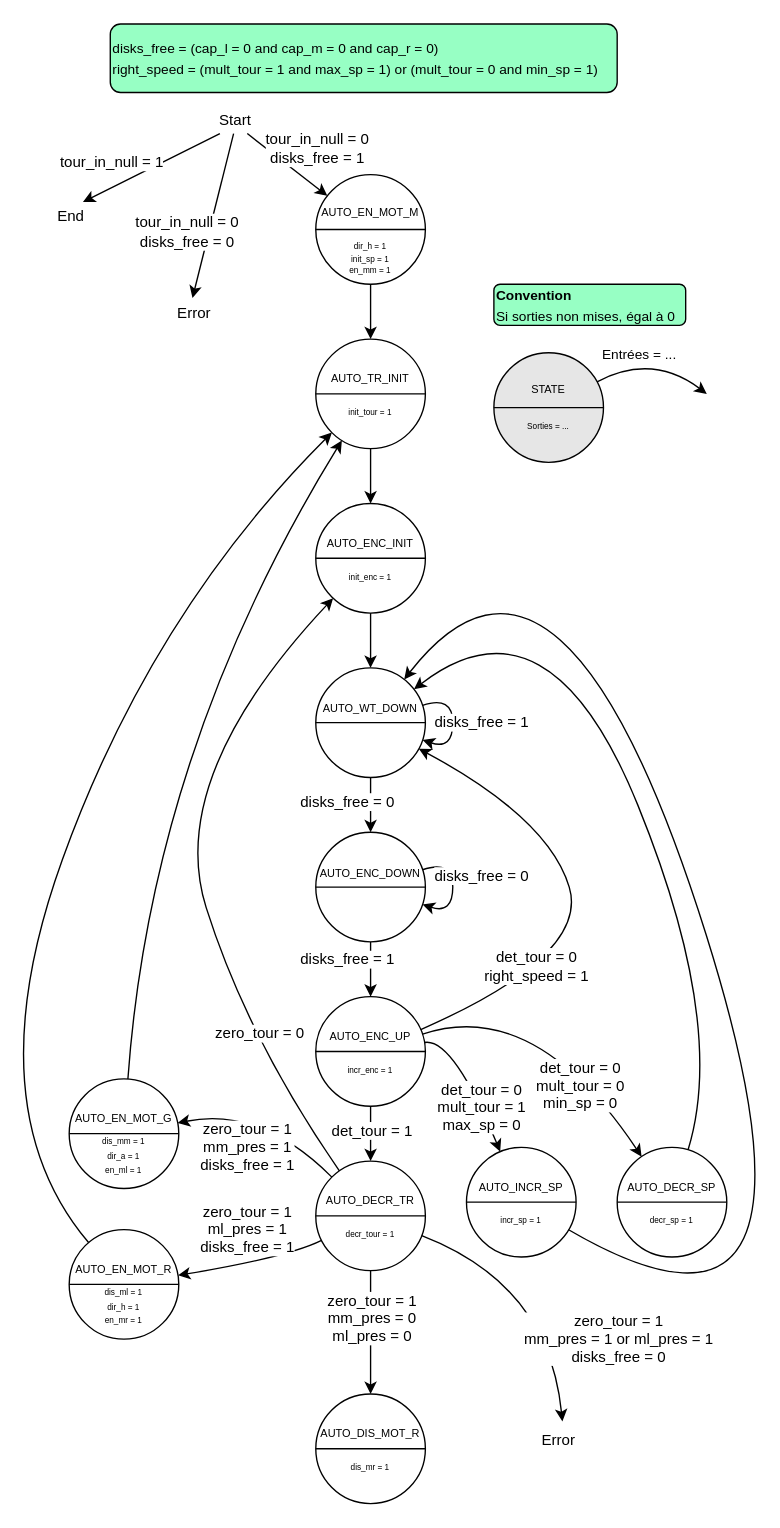
Earlier version of the draw.io diagram doc/diags/state_auto_sequence.drawio (Schokiiiiiiii/csn26). Source tidied: cells renumbered, new cells numbered last; positions are measured from the earlier drawing's top-left corner, leaving out a move shared by most shapes. Both pictures are drawn from the tidied source at 137%, with x=0, y=0 at pixel (-27, 23).
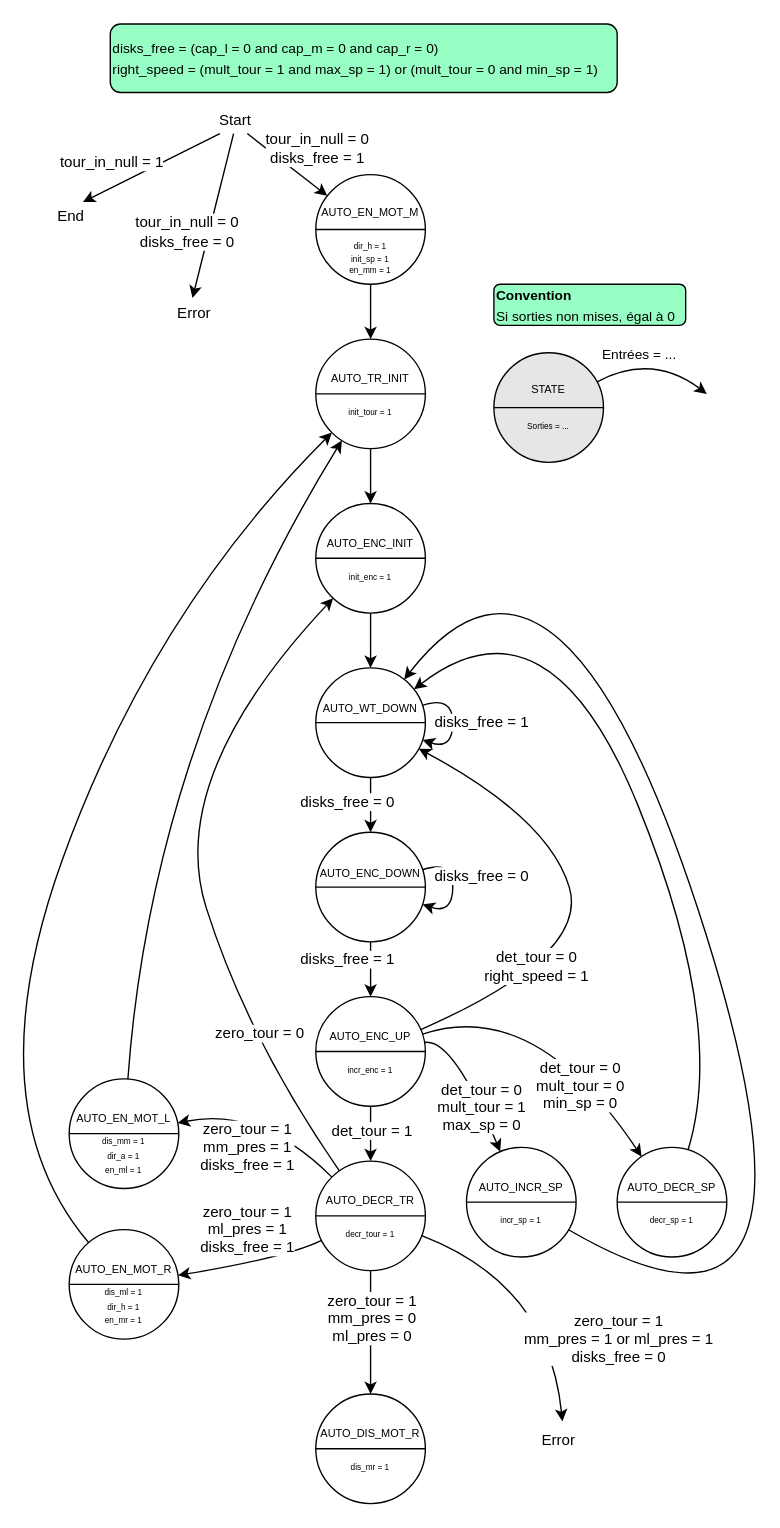
After the change.

Diff of the diagram source:
```diff
@@
-    <mxCell id="37" value="&lt;div style=&quot;line-height: 90%;&quot;&gt;&lt;br&gt;&lt;/div&gt;&lt;div style=&quot;line-height: 90%;&quot;&gt;&lt;span style=&quot;font-size: 8px; line-height: 250%;&quot;&gt;AUTO_EN_MOT_G&lt;/span&gt;&lt;/div&gt;&lt;div style=&quot;line-height: 70%;&quot;&gt;&lt;span style=&quot;font-size: 6px;&quot;&gt;dis_mm = 1&lt;/span&gt;&lt;/div&gt;&lt;div style=&quot;line-height: 70%;&quot;&gt;&lt;span style=&quot;font-size: 6px;&quot;&gt;dir_a = 1&lt;/span&gt;&lt;/div&gt;&lt;div style=&quot;line-height: 70%;&quot;&gt;&lt;span style=&quot;font-size: 6px;&quot;&gt;en_ml = 1&lt;/span&gt;&lt;/div&gt;" style="ellipse;whiteSpace=wrap;html=1;" parent="1" vertex="1">
+    <mxCell id="37" value="&lt;div style=&quot;line-height: 90%;&quot;&gt;&lt;br&gt;&lt;/div&gt;&lt;div style=&quot;line-height: 90%;&quot;&gt;&lt;span style=&quot;font-size: 8px; line-height: 250%;&quot;&gt;AUTO_EN_MOT_L&lt;/span&gt;&lt;/div&gt;&lt;div style=&quot;line-height: 70%;&quot;&gt;&lt;span style=&quot;font-size: 6px;&quot;&gt;dis_mm = 1&lt;/span&gt;&lt;/div&gt;&lt;div style=&quot;line-height: 70%;&quot;&gt;&lt;span style=&quot;font-size: 6px;&quot;&gt;dir_a = 1&lt;/span&gt;&lt;/div&gt;&lt;div style=&quot;line-height: 70%;&quot;&gt;&lt;span style=&quot;font-size: 6px;&quot;&gt;en_ml = 1&lt;/span&gt;&lt;/div&gt;" style="ellipse;whiteSpace=wrap;html=1;" parent="1" vertex="1">
       <mxGeometry x="70" y="770" width="80" height="80" as="geometry" />
     </mxCell>
```
